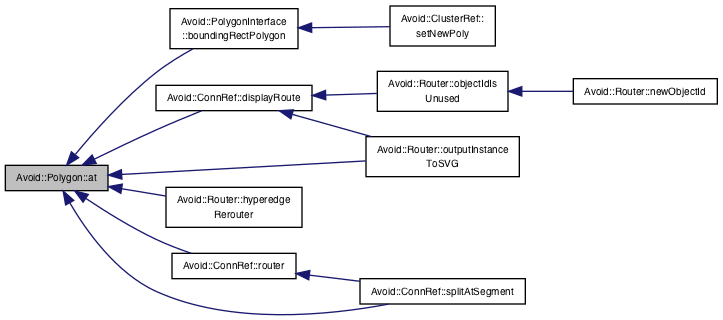
Above: documentation/classAvoid_1_1Polygon_ab2772d0cf1d0aad817a9814e20fce5ab_icgraph.png in mjwybrow/adaptagrams (Graphviz), before the change. Its source is kept beside it as documentation/classAvoid_1_1Polygon_ab2772d0cf1d0aad817a9814e20fce5ab_icgraph.dot. The source it was exported from:
```dot
digraph "Avoid::Polygon::at"
{
  edge [fontname="Helvetica",fontsize="10",labelfontname="Helvetica",labelfontsize="10"];
  node [fontname="Helvetica",fontsize="10",shape=record];
  rankdir="LR";
  Node8 [label="Avoid::Polygon::at",height=0.2,width=0.4,color="black", fillcolor="grey75", style="filled", fontcolor="black"];
  Node8 -> Node9 [dir="back",color="midnightblue",fontsize="10",style="solid",fontname="Helvetica"];
  Node9 [label="Avoid::PolygonInterface\l::boundingRectPolygon",height=0.2,width=0.4,color="black", fillcolor="white", style="filled",URL="$classAvoid_1_1PolygonInterface.html#a8eed22074d9e8f1b406b0c1174ab2aac",tooltip="Returns the bounding rectangle for this polygon. "];
  Node9 -> Node10 [dir="back",color="midnightblue",fontsize="10",style="solid",fontname="Helvetica"];
  Node10 [label="Avoid::ClusterRef::\lsetNewPoly",height=0.2,width=0.4,color="black", fillcolor="white", style="filled",URL="$classAvoid_1_1ClusterRef.html#a8bdf3a48e06ae25ae25121e781522f5f",tooltip="Update the polygon boundary for this cluster. "];
  Node8 -> Node11 [dir="back",color="midnightblue",fontsize="10",style="solid",fontname="Helvetica"];
  Node11 [label="Avoid::ConnRef::displayRoute",height=0.2,width=0.4,color="black", fillcolor="white", style="filled",URL="$classAvoid_1_1ConnRef.html#ab7462cd69bd1d2c4dd318119558b4a94",tooltip="Returns a reference to the current display version of the route for the connector. "];
  Node11 -> Node12 [dir="back",color="midnightblue",fontsize="10",style="solid",fontname="Helvetica"];
  Node12 [label="Avoid::Router::objectIdIs\lUnused",height=0.2,width=0.4,color="black", fillcolor="white", style="filled",URL="$classAvoid_1_1Router.html#a8f36729c98e13e57d2c56c0d1facf86c",tooltip="Returns whether or not the given ID is already used. "];
  Node12 -> Node13 [dir="back",color="midnightblue",fontsize="10",style="solid",fontname="Helvetica"];
  Node13 [label="Avoid::Router::newObjectId",height=0.2,width=0.4,color="black", fillcolor="white", style="filled",URL="$classAvoid_1_1Router.html#a202c28fcb04f7af2183fe6849b4ce2f3",tooltip="Returns the object ID used for automatically generated objects, such as during hyperedge routing..."];
  Node11 -> Node14 [dir="back",color="midnightblue",fontsize="10",style="solid",fontname="Helvetica"];
  Node14 [label="Avoid::Router::outputInstance\lToSVG",height=0.2,width=0.4,color="black", fillcolor="white", style="filled",URL="$classAvoid_1_1Router.html#a458aae2d6447e0958e4916a8c29bbb47",tooltip="Generates an SVG file containing debug output and code that can be used to regenerate the instance..."];
  Node8 -> Node15 [dir="back",color="midnightblue",fontsize="10",style="solid",fontname="Helvetica"];
  Node15 [label="Avoid::Router::hyperedge\lRerouter",height=0.2,width=0.4,color="black", fillcolor="white", style="filled",URL="$classAvoid_1_1Router.html#a3fc66cd795e86d921da1e8d9cb8a5c21",tooltip="Returns a pointer to the hyperedge rerouter for the router. "];
  Node8 -> Node14 [dir="back",color="midnightblue",fontsize="10",style="solid",fontname="Helvetica"];
  Node8 -> Node16 [dir="back",color="midnightblue",fontsize="10",style="solid",fontname="Helvetica"];
  Node16 [label="Avoid::ConnRef::router",height=0.2,width=0.4,color="black", fillcolor="white", style="filled",URL="$classAvoid_1_1ConnRef.html#ace9257a67e94c7899c75af0362e5836f",tooltip="Returns a pointer to the router scene this connector is in. "];
  Node16 -> Node17 [dir="back",color="midnightblue",fontsize="10",style="solid",fontname="Helvetica"];
  Node17 [label="Avoid::ConnRef::splitAtSegment",height=0.2,width=0.4,color="black", fillcolor="white", style="filled",URL="$classAvoid_1_1ConnRef.html#a372f58a93c0296814de8d4a3075ad5e4",tooltip="Splits a connector in the centre of the segmentNth segment and creates a junction point there as well..."];
  Node8 -> Node17 [dir="back",color="midnightblue",fontsize="10",style="solid",fontname="Helvetica"];
}
```
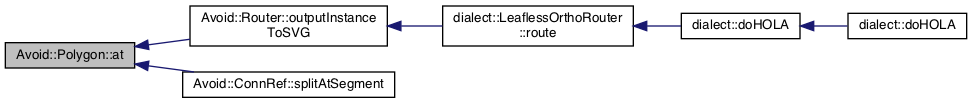
The same file after the commit.

The edit, as a diff of the source:
```diff
@@ -5,23 +5,13 @@
   rankdir="LR";
   Node8 [label="Avoid::Polygon::at",height=0.2,width=0.4,color="black", fillcolor="grey75", style="filled", fontcolor="black"];
   Node8 -> Node9 [dir="back",color="midnightblue",fontsize="10",style="solid",fontname="Helvetica"];
-  Node9 [label="Avoid::PolygonInterface\l::boundingRectPolygon",height=0.2,width=0.4,color="black", fillcolor="white", style="filled",URL="$classAvoid_1_1PolygonInterface.html#a8eed22074d9e8f1b406b0c1174ab2aac",tooltip="Returns the bounding rectangle for this polygon. "];
+  Node9 [label="Avoid::Router::outputInstance\lToSVG",height=0.2,width=0.4,color="black", fillcolor="white", style="filled",URL="$classAvoid_1_1Router.html#a458aae2d6447e0958e4916a8c29bbb47",tooltip="Generates an SVG file containing debug output and code that can be used to regenerate the instance..."];
   Node9 -> Node10 [dir="back",color="midnightblue",fontsize="10",style="solid",fontname="Helvetica"];
-  Node10 [label="Avoid::ClusterRef::\lsetNewPoly",height=0.2,width=0.4,color="black", fillcolor="white", style="filled",URL="$classAvoid_1_1ClusterRef.html#a8bdf3a48e06ae25ae25121e781522f5f",tooltip="Update the polygon boundary for this cluster. "];
-  Node8 -> Node11 [dir="back",color="midnightblue",fontsize="10",style="solid",fontname="Helvetica"];
-  Node11 [label="Avoid::ConnRef::displayRoute",height=0.2,width=0.4,color="black", fillcolor="white", style="filled",URL="$classAvoid_1_1ConnRef.html#ab7462cd69bd1d2c4dd318119558b4a94",tooltip="Returns a reference to the current display version of the route for the connector. "];
+  Node10 [label="dialect::LeaflessOrthoRouter\l::route",height=0.2,width=0.4,color="black", fillcolor="white", style="filled",URL="$classdialect_1_1LeaflessOrthoRouter.html#af58e911020f19a144303fc01e5b8c35e",tooltip="Do the routing. "];
+  Node10 -> Node11 [dir="back",color="midnightblue",fontsize="10",style="solid",fontname="Helvetica"];
+  Node11 [label="dialect::doHOLA",height=0.2,width=0.4,color="black", fillcolor="white", style="filled",URL="$namespacedialect.html#a05ccc4c149e1b5902ec827bfabd3cf76",tooltip="Apply the HOLA layout algorithm to the given Graph. See Steve Kieffer, Tim Dwyer, Kim Marriott..."];
   Node11 -> Node12 [dir="back",color="midnightblue",fontsize="10",style="solid",fontname="Helvetica"];
-  Node12 [label="Avoid::Router::objectIdIs\lUnused",height=0.2,width=0.4,color="black", fillcolor="white", style="filled",URL="$classAvoid_1_1Router.html#a8f36729c98e13e57d2c56c0d1facf86c",tooltip="Returns whether or not the given ID is already used. "];
-  Node12 -> Node13 [dir="back",color="midnightblue",fontsize="10",style="solid",fontname="Helvetica"];
-  Node13 [label="Avoid::Router::newObjectId",height=0.2,width=0.4,color="black", fillcolor="white", style="filled",URL="$classAvoid_1_1Router.html#a202c28fcb04f7af2183fe6849b4ce2f3",tooltip="Returns the object ID used for automatically generated objects, such as during hyperedge routing..."];
-  Node11 -> Node14 [dir="back",color="midnightblue",fontsize="10",style="solid",fontname="Helvetica"];
-  Node14 [label="Avoid::Router::outputInstance\lToSVG",height=0.2,width=0.4,color="black", fillcolor="white", style="filled",URL="$classAvoid_1_1Router.html#a458aae2d6447e0958e4916a8c29bbb47",tooltip="Generates an SVG file containing debug output and code that can be used to regenerate the instance..."];
-  Node8 -> Node15 [dir="back",color="midnightblue",fontsize="10",style="solid",fontname="Helvetica"];
-  Node15 [label="Avoid::Router::hyperedge\lRerouter",height=0.2,width=0.4,color="black", fillcolor="white", style="filled",URL="$classAvoid_1_1Router.html#a3fc66cd795e86d921da1e8d9cb8a5c21",tooltip="Returns a pointer to the hyperedge rerouter for the router. "];
-  Node8 -> Node14 [dir="back",color="midnightblue",fontsize="10",style="solid",fontname="Helvetica"];
-  Node8 -> Node16 [dir="back",color="midnightblue",fontsize="10",style="solid",fontname="Helvetica"];
-  Node16 [label="Avoid::ConnRef::router",height=0.2,width=0.4,color="black", fillcolor="white", style="filled",URL="$classAvoid_1_1ConnRef.html#ace9257a67e94c7899c75af0362e5836f",tooltip="Returns a pointer to the router scene this connector is in. "];
-  Node16 -> Node17 [dir="back",color="midnightblue",fontsize="10",style="solid",fontname="Helvetica"];
-  Node17 [label="Avoid::ConnRef::splitAtSegment",height=0.2,width=0.4,color="black", fillcolor="white", style="filled",URL="$classAvoid_1_1ConnRef.html#a372f58a93c0296814de8d4a3075ad5e4",tooltip="Splits a connector in the centre of the segmentNth segment and creates a junction point there as well..."];
-  Node8 -> Node17 [dir="back",color="midnightblue",fontsize="10",style="solid",fontname="Helvetica"];
+  Node12 [label="dialect::doHOLA",height=0.2,width=0.4,color="black", fillcolor="white", style="filled",URL="$namespacedialect.html#a24766038e1a9ccd99997ea31c42b432a",tooltip="Convenience function to do HOLA layout with default options. "];
+  Node8 -> Node13 [dir="back",color="midnightblue",fontsize="10",style="solid",fontname="Helvetica"];
+  Node13 [label="Avoid::ConnRef::splitAtSegment",height=0.2,width=0.4,color="black", fillcolor="white", style="filled",URL="$classAvoid_1_1ConnRef.html#a372f58a93c0296814de8d4a3075ad5e4",tooltip="Splits a connector in the centre of the segmentNth segment and creates a junction point there as well..."];
 }
```
